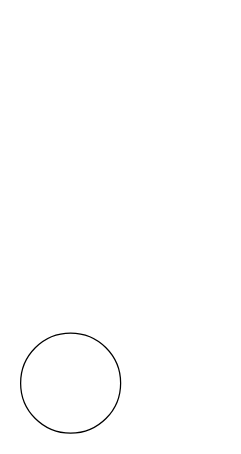
Before: test.drawio in verweliuz/drawio, a draw.io diagram. Source tidied: cells renumbered, new cells numbered last; positions are measured from the earlier drawing's top-left corner, leaving out a move shared by most shapes. Both pictures are drawn from the tidied source at 125%, with x=0, y=0 at pixel (20, 332).
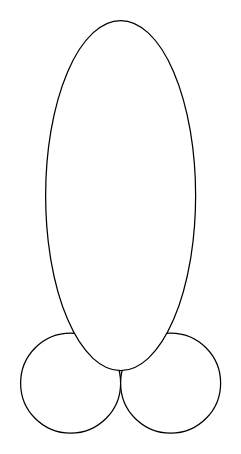
The same diagram, later.

Change to the diagram source:
```diff
@@
 <mxGraphModel>
   <root>
     <mxCell id="0" />
     <mxCell id="1" parent="0" />
     <mxCell id="2" style="ellipse;whiteSpace=wrap;html=1;" parent="1" vertex="1">
       <mxGeometry width="80" height="80" as="geometry" />
     </mxCell>
+    <mxCell id="3" style="ellipse;whiteSpace=wrap;html=1;" parent="1" vertex="1">
+      <mxGeometry x="80" width="80" height="80" as="geometry" />
+    </mxCell>
+    <mxCell id="4" style="ellipse;whiteSpace=wrap;html=1;" parent="1" vertex="1">
+      <mxGeometry x="20" y="-250" width="120" height="280" as="geometry" />
+    </mxCell>
   </root>
 </mxGraphModel>
```
